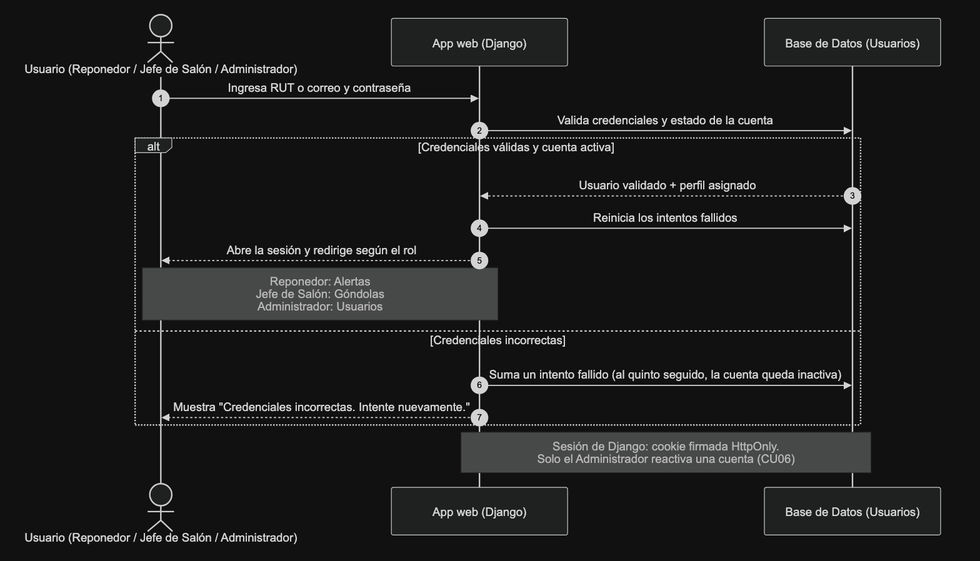
The Mermaid diagram Anexos/Diseño/Diagramas particulares por cada C. U._/Diagrama C.U 00.png in marianapeachy/capstone, before a commit. Its source is kept beside it as Anexos/Diseño/Diagramas fuente (Mermaid)/Diagrama C.U 00.mmd.
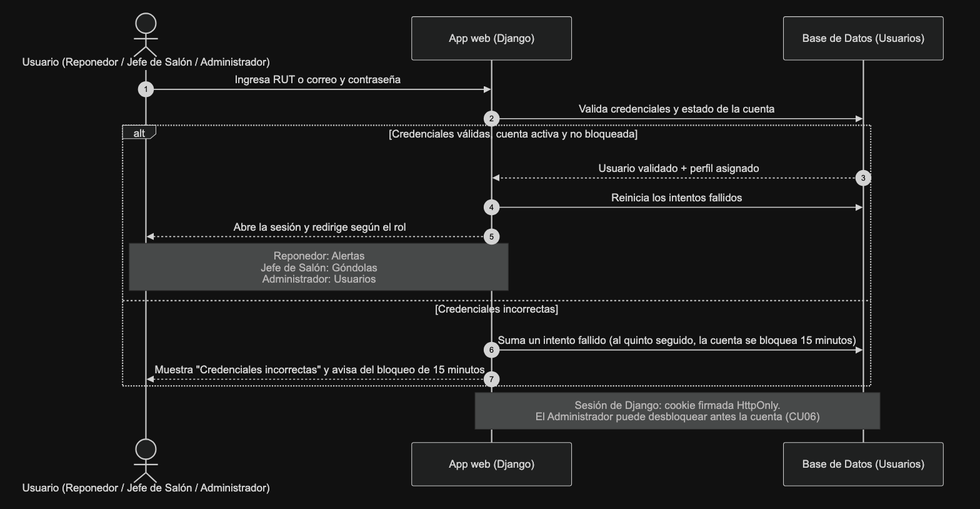
After the commit.

Commit message:
docs: actualiza la plantilla y el diagrama de CU00 al bloqueo por tiempo (#51)

Diff of the diagram source:
```diff
@@ -5,13 +5,13 @@
     participant BD as Base de Datos (Usuarios)
     U->>Web: Ingresa RUT o correo y contraseña
     Web->>BD: Valida credenciales y estado de la cuenta
-    alt Credenciales válidas y cuenta activa
+    alt Credenciales válidas, cuenta activa y no bloqueada
         BD-->>Web: Usuario validado + perfil asignado
         Web->>BD: Reinicia los intentos fallidos
         Web-->>U: Abre la sesión y redirige según el rol
         Note over U,Web: Reponedor: Alertas<br/>Jefe de Salón: Góndolas<br/>Administrador: Usuarios
     else Credenciales incorrectas
-        Web->>BD: Suma un intento fallido (al quinto seguido, la cuenta queda inactiva)
-        Web-->>U: Muestra "Credenciales incorrectas. Intente nuevamente."
+        Web->>BD: Suma un intento fallido (al quinto seguido, la cuenta se bloquea 15 minutos)
+        Web-->>U: Muestra "Credenciales incorrectas" y avisa del bloqueo de 15 minutos
     end
-    Note over Web,BD: Sesión de Django: cookie firmada HttpOnly.<br/>Solo el Administrador reactiva una cuenta (CU06)
+    Note over Web,BD: Sesión de Django: cookie firmada HttpOnly.<br/>El Administrador puede desbloquear antes la cuenta (CU06)
```
